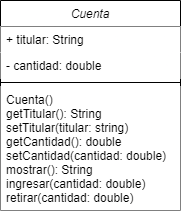
Sof-Saos/PB-E keeps this draw.io diagram as POO1/Cuenta.drawio.png. Above is the earlier version. Source tidied: cells renumbered, new cells last; positions are measured from the earlier drawing's top-left corner, leaving out a move shared by most shapes.
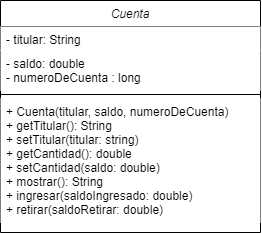
The same file after the commit.

Diff of the diagram source:
```diff
@@ -3,19 +3,19 @@
     <mxCell id="0" />
     <mxCell id="1" parent="0" />
     <mxCell id="2" value="Cuenta" style="swimlane;fontStyle=2;align=center;verticalAlign=top;horizontal=1;startSize=26;rounded=0;shadow=0;strokeWidth=1;" parent="1" vertex="1">
-      <mxGeometry width="180" height="210" as="geometry" />
+      <mxGeometry width="260" height="232" as="geometry" />
     </mxCell>
-    <mxCell id="3" value="+ titular: String" style="text;align=left;verticalAlign=top;spacingLeft=4;spacingRight=4;overflow=hidden;fillColor=default;" parent="2" vertex="1">
-      <mxGeometry y="26" width="180" height="26" as="geometry" />
+    <mxCell id="3" value="- titular: String" style="text;align=left;verticalAlign=top;spacingLeft=4;spacingRight=4;overflow=hidden;fillColor=default;" parent="2" vertex="1">
+      <mxGeometry y="26" width="260" height="24" as="geometry" />
     </mxCell>
-    <mxCell id="4" value="- cantidad: double" style="text;align=left;verticalAlign=top;spacingLeft=4;spacingRight=4;overflow=hidden;rounded=0;shadow=0;html=0;fillColor=default;" parent="2" vertex="1">
-      <mxGeometry y="52" width="180" height="26" as="geometry" />
+    <mxCell id="4" value="- saldo: double&#10;- numeroDeCuenta : long" style="text;align=left;verticalAlign=top;spacingLeft=4;spacingRight=4;overflow=hidden;rounded=0;shadow=0;html=0;fillColor=default;" parent="2" vertex="1">
+      <mxGeometry y="50" width="260" height="40" as="geometry" />
     </mxCell>
     <mxCell id="5" style="line;html=1;strokeWidth=1;align=left;verticalAlign=middle;spacingTop=-1;spacingLeft=3;spacingRight=3;labelPosition=right;" parent="2" vertex="1">
-      <mxGeometry y="78" width="180" height="8" as="geometry" />
+      <mxGeometry y="90" width="260" height="8" as="geometry" />
     </mxCell>
-    <mxCell id="6" value="Cuenta()&#10;getTitular(): String&#10;setTitular(titular: string)&#10;getCantidad(): double&#10;setCantidad(cantidad: double) &#10;mostrar(): String&#10;ingresar(cantidad: double)&#10;retirar(cantidad: double)&#10;&#10;" style="text;align=left;verticalAlign=top;spacingLeft=4;spacingRight=4;overflow=hidden;fillColor=default;" parent="2" vertex="1">
-      <mxGeometry y="86" width="180" height="124" as="geometry" />
+    <mxCell id="6" value="+ Cuenta(titular, saldo, numeroDeCuenta)&#10;+ getTitular(): String&#10;+ setTitular(titular: string)&#10;+ getCantidad(): double&#10;+ setCantidad(saldo: double) &#10;+ mostrar(): String&#10;+ ingresar(saldoIngresado: double)&#10;+ retirar(saldoRetirar: double)&#10;" style="text;align=left;verticalAlign=top;spacingLeft=4;spacingRight=4;overflow=hidden;fillColor=default;" parent="2" vertex="1">
+      <mxGeometry y="98" width="260" height="124" as="geometry" />
     </mxCell>
   </root>
 </mxGraphModel>
```
